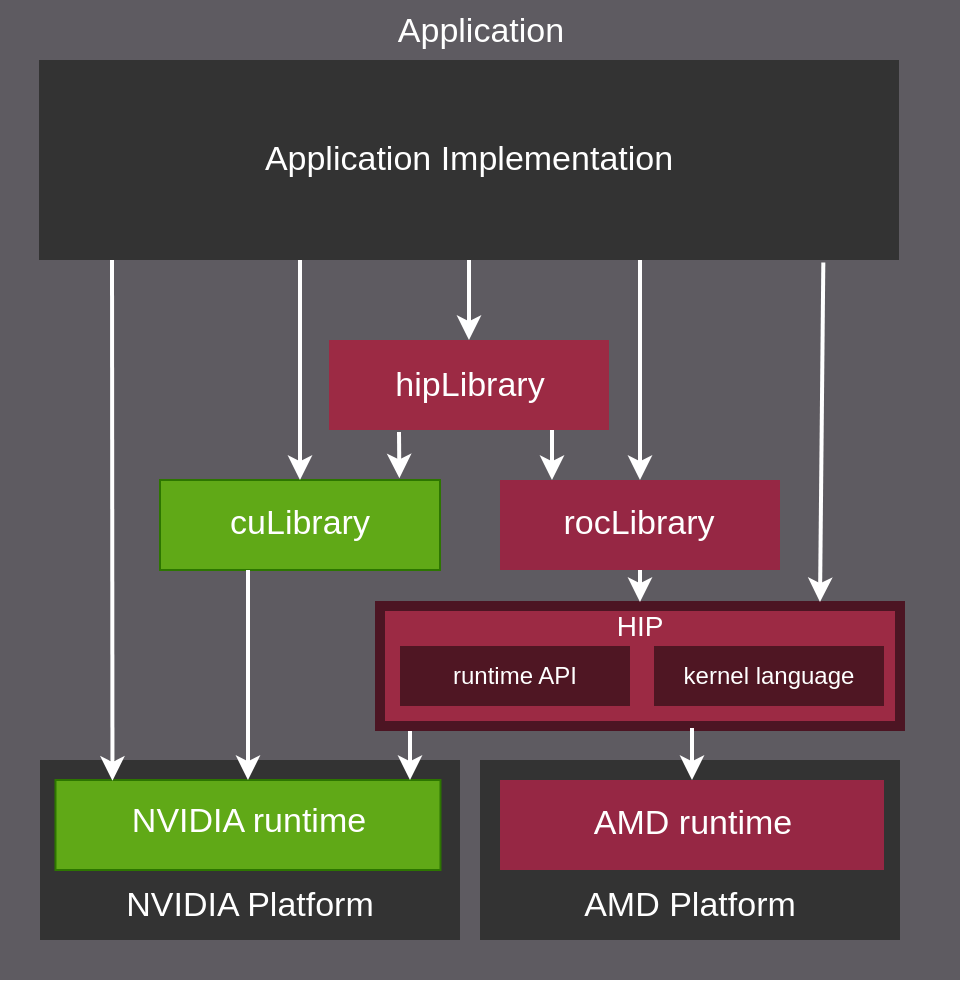
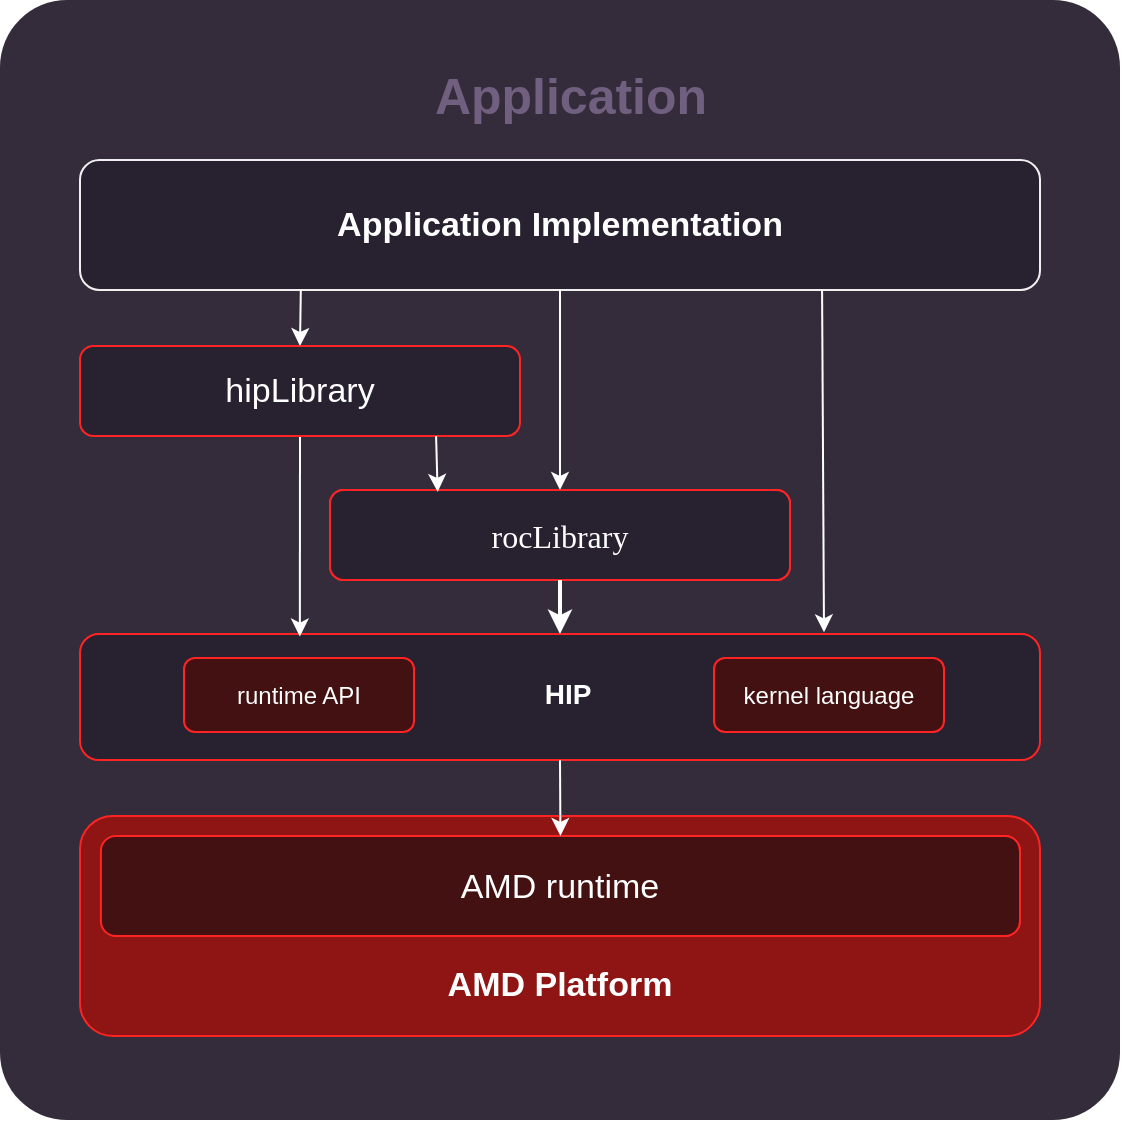
<mxfile host="65bd71144e">
    <diagram id="zBbb_w2fufU70cdOGtND" name="1 oldal">
-         <mxGraphModel dx="1547" dy="1302" grid="1" gridSize="10" guides="1" tooltips="1" connect="1" arrows="1" fold="1" page="0" pageScale="1" pageWidth="660" pageHeight="610" background="none" math="0" shadow="0">
+         <mxGraphModel dx="1726" dy="1539" grid="1" gridSize="10" guides="1" tooltips="1" connect="1" arrows="1" fold="1" page="0" pageScale="1" pageWidth="660" pageHeight="610" background="none" math="0" shadow="0">
            <root>
                <mxCell id="0"/>
                <mxCell id="1" parent="0"/>
-                 <mxCell id="6033" value="" style="rounded=0;whiteSpace=wrap;html=1;fillColor=#5E5B61;fontColor=#FFFFFF;strokeColor=none;spacing=0;" parent="1" vertex="1">
-                     <mxGeometry x="110" y="-320" width="480" height="490" as="geometry"/>
+                 <mxCell id="6033" value="" style="rounded=1;whiteSpace=wrap;html=1;fillColor=#342C3B;fontColor=#FFFFFF;strokeColor=none;spacing=0;arcSize=6;" parent="1" vertex="1">
+                     <mxGeometry x="160" y="-340" width="560" height="560" as="geometry"/>
                </mxCell>
-                 <mxCell id="5981" value="" style="group" parent="1" vertex="1" connectable="0">
-                     <mxGeometry x="130" y="60" width="210" height="90" as="geometry"/>
+                 <mxCell id="5988" value="" style="whiteSpace=wrap;html=1;fontSize=16;fontFamily=Verdana;rounded=1;strokeColor=#ff2424;fillStyle=solid;fontColor=#F0F0F0;fillColor=#272130;" parent="1" vertex="1">
+                     <mxGeometry x="200" y="-23" width="480" height="63" as="geometry"/>
                </mxCell>
-                 <mxCell id="5982" value="" style="rounded=0;whiteSpace=wrap;html=1;fillColor=#333333;fontColor=#FFFFFF;strokeColor=none;" parent="5981" vertex="1">
-                     <mxGeometry width="210" height="90" as="geometry"/>
+                 <mxCell id="5989" value="&lt;font face=&quot;Helvetica&quot; style=&quot;font-size: 14px; color: rgb(255, 255, 255);&quot;&gt;HIP&lt;/font&gt;" style="text;html=1;strokeColor=none;fillColor=none;align=center;verticalAlign=middle;whiteSpace=wrap;rounded=0;fontSize=17;fontColor=#FFFFFF;strokeWidth=2;fontStyle=1" parent="1" vertex="1">
+                     <mxGeometry x="284" y="-3" width="320" height="20" as="geometry"/>
                </mxCell>
-                 <mxCell id="5983" value="" style="group" parent="5981" vertex="1" connectable="0">
-                     <mxGeometry x="7.7419872652362365" y="8" width="192.50000000000003" height="45" as="geometry"/>
+                 <mxCell id="5990" value="" style="whiteSpace=wrap;html=1;fontSize=16;fontFamily=Verdana;rounded=1;verticalAlign=top;strokeColor=#ff2424;fillColor=#8F1414;fontColor=#F0F0F0;" parent="1" vertex="1">
+                     <mxGeometry x="200" y="68" width="480" height="110" as="geometry"/>
                </mxCell>
-                 <mxCell id="5984" value="" style="rounded=0;whiteSpace=wrap;html=1;fillColor=#60a917;fontColor=#ffffff;strokeColor=#2D7600;" parent="5983" vertex="1">
-                     <mxGeometry y="2" width="192.50000000000003" height="45" as="geometry"/>
+                 <mxCell id="5991" value="" style="whiteSpace=wrap;html=1;fontSize=16;fontFamily=Verdana;rounded=1;strokeColor=#ff2424;fillStyle=solid;fontColor=#F0F0F0;fillColor=#431111;" parent="1" vertex="1" connectable="0">
+                     <mxGeometry x="220" y="78" width="450" height="50" as="geometry"/>
                </mxCell>
-                 <mxCell id="5985" value="&lt;div&gt;NVIDIA runtime&lt;/div&gt;" style="text;html=1;strokeColor=none;fillColor=none;align=center;verticalAlign=middle;whiteSpace=wrap;rounded=0;fontSize=17;fontColor=#FFFFFF;" parent="5983" vertex="1">
-                     <mxGeometry x="11.998194444444442" y="13.01" width="168.50166666666664" height="18.99" as="geometry"/>
+                 <mxCell id="5992" value="" style="whiteSpace=wrap;html=1;fontSize=16;fontFamily=Verdana;rounded=1;strokeColor=#ff2424;fillStyle=solid;fontColor=#F0F0F0;fillColor=#431111;" parent="5991" vertex="1">
+                     <mxGeometry x="-9.57" width="459.57" height="50" as="geometry"/>
                </mxCell>
-                 <mxCell id="5986" value="&lt;font style=&quot;&quot;&gt;NVIDIA Platform&lt;/font&gt;" style="text;html=1;strokeColor=none;fillColor=none;align=center;verticalAlign=middle;whiteSpace=wrap;rounded=0;fontSize=17;fontColor=#FFFFFF;" parent="5981" vertex="1">
-                     <mxGeometry x="40" y="63" width="130" height="20" as="geometry"/>
+                 <mxCell id="5993" value="&lt;div&gt;&lt;font style=&quot;color: rgb(255, 255, 255);&quot;&gt;AMD runtime&lt;/font&gt;&lt;/div&gt;" style="text;html=1;strokeColor=none;fillColor=none;align=center;verticalAlign=middle;whiteSpace=wrap;rounded=0;fontSize=17;fontColor=#ffffff;" parent="5991" vertex="1">
+                     <mxGeometry x="76.12249594696678" y="11.7042" width="288.1851063829787" height="27.997199999999992" as="geometry"/>
                </mxCell>
-                 <mxCell id="5987" value="" style="endArrow=classic;startArrow=none;html=1;rounded=0;strokeWidth=2;startFill=0;strokeColor=#FFFFFF;" parent="1" edge="1">
+                 <mxCell id="5994" value="" style="endArrow=classic;startArrow=none;html=1;rounded=0;strokeWidth=1;startFill=0;strokeColor=#FFFFFF;entryX=0.5;entryY=0;entryDx=0;entryDy=0;exitX=0.5;exitY=1;exitDx=0;exitDy=0;" parent="1" source="5988" target="5992" edge="1">
                    <mxGeometry width="50" height="50" relative="1" as="geometry">
-                         <mxPoint x="315" y="45" as="sourcePoint"/>
-                         <mxPoint x="315" y="70" as="targetPoint"/>
+                         <mxPoint x="456" y="38" as="sourcePoint"/>
+                         <mxPoint x="470" y="64" as="targetPoint"/>
                    </mxGeometry>
                </mxCell>
-                 <mxCell id="5988" value="" style="rounded=0;whiteSpace=wrap;html=1;fillColor=#9C2A44;fontColor=#FFFFFF;strokeColor=#4c1523;strokeWidth=5;" parent="1" vertex="1">
-                     <mxGeometry x="300" y="-17" width="260" height="60" as="geometry"/>
+                 <mxCell id="5995" value="&lt;font face=&quot;Helvetica&quot;&gt;&lt;font style=&quot;color: rgb(255, 255, 255);&quot;&gt;AMD Platform&lt;/font&gt;&lt;br&gt;&lt;/font&gt;" style="text;html=1;strokeColor=none;fillColor=none;align=center;verticalAlign=middle;whiteSpace=wrap;rounded=0;fontSize=17;fontColor=#FFFFFF;fontStyle=1" parent="1" vertex="1">
+                     <mxGeometry x="290" y="143" width="300" height="20" as="geometry"/>
                </mxCell>
-                 <mxCell id="5989" value="&lt;font style=&quot;font-size: 14px;&quot; face=&quot;Helvetica&quot;&gt;HIP&lt;/font&gt;" style="text;html=1;strokeColor=none;fillColor=none;align=center;verticalAlign=middle;whiteSpace=wrap;rounded=0;fontSize=17;fontColor=#FFFFFF;strokeWidth=2;" parent="1" vertex="1">
-                     <mxGeometry x="300" y="-17" width="260" height="20" as="geometry"/>
-                 </mxCell>
-                 <mxCell id="5990" value="" style="rounded=0;whiteSpace=wrap;html=1;fillColor=#333333;fontColor=#FFFFFF;strokeColor=none;" parent="1" vertex="1">
-                     <mxGeometry x="350" y="60" width="210" height="90" as="geometry"/>
-                 </mxCell>
-                 <mxCell id="5991" value="" style="group;fillColor=#A50040;fontColor=#ffffff;strokeColor=none;" parent="1" vertex="1" connectable="0">
-                     <mxGeometry x="360" y="70" width="192" height="45" as="geometry"/>
-                 </mxCell>
-                 <mxCell id="5992" value="" style="rounded=0;whiteSpace=wrap;html=1;fillColor=#962744;fontColor=#FFFFFF;strokeColor=none;" parent="5991" vertex="1">
-                     <mxGeometry width="192.00000000000003" height="45" as="geometry"/>
-                 </mxCell>
-                 <mxCell id="5993" value="&lt;div&gt;AMD runtime&lt;/div&gt;" style="text;html=1;strokeColor=none;fillColor=none;align=center;verticalAlign=middle;whiteSpace=wrap;rounded=0;fontSize=17;fontColor=#ffffff;" parent="5991" vertex="1">
-                     <mxGeometry x="8.638736842105262" y="7.497" width="174.72" height="29.996999999999993" as="geometry"/>
-                 </mxCell>
-                 <mxCell id="5994" value="" style="endArrow=classic;startArrow=none;html=1;rounded=0;strokeWidth=2;startFill=0;strokeColor=#FFFFFF;entryX=0.5;entryY=0;entryDx=0;entryDy=0;" parent="1" target="5992" edge="1">
+                 <mxCell id="6003" value="" style="endArrow=classic;startArrow=none;html=1;rounded=0;strokeWidth=1;startFill=0;strokeColor=#FFFFFF;exitX=0.5;exitY=1;exitDx=0;exitDy=0;entryX=0.229;entryY=0.02;entryDx=0;entryDy=0;entryPerimeter=0;" parent="1" source="6005" target="5988" edge="1">
                    <mxGeometry width="50" height="50" relative="1" as="geometry">
-                         <mxPoint x="456" y="44" as="sourcePoint"/>
-                         <mxPoint x="470" y="70" as="targetPoint"/>
+                         <mxPoint x="309.5" y="-110" as="sourcePoint"/>
+                         <mxPoint x="310" y="-26" as="targetPoint"/>
                    </mxGeometry>
                </mxCell>
-                 <mxCell id="5995" value="&lt;font face=&quot;Helvetica&quot;&gt;AMD Platform&lt;br&gt;&lt;/font&gt;" style="text;html=1;strokeColor=none;fillColor=none;align=center;verticalAlign=middle;whiteSpace=wrap;rounded=0;fontSize=17;fontColor=#FFFFFF;" parent="1" vertex="1">
-                     <mxGeometry x="365" y="123" width="180" height="20" as="geometry"/>
+                 <mxCell id="6004" value="" style="whiteSpace=wrap;html=1;fontSize=16;fontFamily=Verdana;rounded=1;strokeColor=#ff2424;fillStyle=solid;fontColor=#F0F0F0;fillColor=#272130;" parent="1" vertex="1">
+                     <mxGeometry x="200" y="-167" width="220" height="45" as="geometry"/>
                </mxCell>
-                 <mxCell id="6003" value="" style="endArrow=classic;startArrow=none;html=1;rounded=0;strokeWidth=2;startFill=0;strokeColor=#FFFFFF;exitX=0.25;exitY=1;exitDx=0;exitDy=0;entryX=0.855;entryY=-0.018;entryDx=0;entryDy=0;entryPerimeter=0;" parent="1" target="6000" edge="1">
+                 <mxCell id="6005" value="&lt;font style=&quot;color: rgb(255, 255, 255);&quot; face=&quot;Helvetica&quot;&gt;hipLibrary&lt;/font&gt;" style="text;html=1;strokeColor=none;fillColor=none;align=center;verticalAlign=middle;whiteSpace=wrap;rounded=0;fontSize=17;fontColor=#ffffff;dashed=1;strokeWidth=2;" parent="1" vertex="1">
+                     <mxGeometry x="240" y="-167" width="140" height="45" as="geometry"/>
+                 </mxCell>
+                 <mxCell id="6007" value="" style="group;dashed=1;strokeWidth=2;strokeColor=none;shadow=0;" parent="1" vertex="1" connectable="0">
+                     <mxGeometry x="325" y="-95" width="230" height="50" as="geometry"/>
+                 </mxCell>
+                 <mxCell id="6008" value="" style="whiteSpace=wrap;html=1;fontSize=16;fontFamily=Verdana;rounded=1;verticalAlign=top;strokeColor=#ff2424;fillColor=#8F1414;fontColor=#F0F0F0;" parent="6007" vertex="1">
+                     <mxGeometry width="230" height="45" as="geometry"/>
+                 </mxCell>
+                 <mxCell id="6009" value="&lt;div&gt;&lt;font style=&quot;color: rgb(255, 255, 255);&quot;&gt;rocLibrary&lt;/font&gt;&lt;/div&gt;" style="whiteSpace=wrap;html=1;fontSize=16;fontFamily=Verdana;rounded=1;strokeColor=#ff2424;fillStyle=solid;fontColor=#F0F0F0;fillColor=#272130;" parent="6007" vertex="1">
+                     <mxGeometry width="230" height="45" as="geometry"/>
+                 </mxCell>
+                 <mxCell id="6010" value="" style="endArrow=classic;startArrow=none;html=1;rounded=0;strokeWidth=1;startFill=0;strokeColor=#FFFFFF;exitX=0.986;exitY=1;exitDx=0;exitDy=0;entryX=0.234;entryY=0.021;entryDx=0;entryDy=0;entryPerimeter=0;exitPerimeter=0;" parent="1" source="6005" target="6009" edge="1">
                    <mxGeometry width="50" height="50" relative="1" as="geometry">
-                         <mxPoint x="309.5" y="-104" as="sourcePoint"/>
-                         <mxPoint x="309.55999999999995" y="-60.975106382978765" as="targetPoint"/>
+                         <mxPoint x="386" y="-111" as="sourcePoint"/>
+                         <mxPoint x="370" y="-86" as="targetPoint"/>
                    </mxGeometry>
                </mxCell>
-                 <mxCell id="6004" value="" style="rounded=0;whiteSpace=wrap;html=1;fillColor=#9C2A44;fontColor=#FFFFFF;strokeColor=none;" parent="1" vertex="1">
-                     <mxGeometry x="274.5" y="-150" width="140" height="45" as="geometry"/>
-                 </mxCell>
-                 <mxCell id="6005" value="&lt;font face=&quot;Helvetica&quot;&gt;hipLibrary&lt;/font&gt;" style="text;html=1;strokeColor=none;fillColor=none;align=center;verticalAlign=middle;whiteSpace=wrap;rounded=0;fontSize=17;fontColor=#ffffff;dashed=1;strokeWidth=2;" parent="1" vertex="1">
-                     <mxGeometry x="274.5" y="-150" width="140" height="45" as="geometry"/>
-                 </mxCell>
-                 <mxCell id="6007" value="" style="group;dashed=1;strokeWidth=2;strokeColor=none;" parent="1" vertex="1" connectable="0">
-                     <mxGeometry x="360" y="-80" width="140" height="45" as="geometry"/>
-                 </mxCell>
-                 <mxCell id="6008" value="" style="rounded=0;whiteSpace=wrap;html=1;fillColor=#962744;fontColor=#FFFFFF;strokeColor=none;dashed=1;strokeWidth=2;" parent="6007" vertex="1">
-                     <mxGeometry width="140.00000000000003" height="45" as="geometry"/>
-                 </mxCell>
-                 <mxCell id="6009" value="&lt;div&gt;rocLibrary&lt;/div&gt;" style="text;html=1;strokeColor=none;fillColor=none;align=center;verticalAlign=middle;whiteSpace=wrap;rounded=0;fontSize=17;fontColor=#FFFFFF;" parent="6007" vertex="1">
-                     <mxGeometry x="6.299078947368418" y="7.497" width="127.39999999999998" height="29.996999999999993" as="geometry"/>
-                 </mxCell>
-                 <mxCell id="6010" value="" style="endArrow=classic;startArrow=none;html=1;rounded=0;strokeWidth=2;startFill=0;strokeColor=#FFFFFF;" parent="1" edge="1">
-                     <mxGeometry width="50" height="50" relative="1" as="geometry">
-                         <mxPoint x="386" y="-105" as="sourcePoint"/>
-                         <mxPoint x="386" y="-80" as="targetPoint"/>
+                 <mxCell id="6014" style="edgeStyle=none;html=1;exitX=0.5;exitY=1;exitDx=0;exitDy=0;strokeWidth=2;strokeColor=#FFFFFF;entryX=0.5;entryY=0;entryDx=0;entryDy=0;" parent="1" source="6009" target="5988" edge="1">
+                     <mxGeometry relative="1" as="geometry">
+                         <mxPoint x="430" y="-25" as="targetPoint"/>
                    </mxGeometry>
                </mxCell>
-                 <mxCell id="5999" value="" style="group" parent="1" vertex="1" connectable="0">
-                     <mxGeometry x="190" y="-80" width="140" height="45" as="geometry"/>
+                 <mxCell id="6025" value="" style="group;strokeColor=none;dashed=1;strokeWidth=2;fontStyle=1" parent="1" vertex="1" connectable="0">
+                     <mxGeometry x="200" y="-260" width="480" height="65" as="geometry"/>
                </mxCell>
-                 <mxCell id="6000" value="" style="rounded=0;whiteSpace=wrap;html=1;fillColor=#60a917;fontColor=#ffffff;strokeColor=#2D7600;" parent="5999" vertex="1">
-                     <mxGeometry y="-0.005106382978723234" width="140" height="45" as="geometry"/>
+                 <mxCell id="6023" value="" style="rounded=1;whiteSpace=wrap;html=1;fontSize=16;fontFamily=Verdana;fillStyle=solid;fontColor=#F0F0F0;fillColor=#272130;strokeColor=#F0F0F0;" parent="6025" vertex="1">
+                     <mxGeometry width="480.00000000000006" height="65" as="geometry"/>
                </mxCell>
-                 <mxCell id="6001" value="&lt;div&gt;cuLibrary&lt;/div&gt;" style="text;html=1;strokeColor=none;fillColor=none;align=center;verticalAlign=middle;whiteSpace=wrap;rounded=0;fontSize=17;fontColor=#FFFFFF;" parent="5999" vertex="1">
-                     <mxGeometry x="10.019288676236041" y="13.404255319148938" width="119.9667368421052" height="18.18191489361702" as="geometry"/>
+                 <mxCell id="6024" value="&lt;div&gt;&lt;font style=&quot;color: rgb(255, 255, 255);&quot;&gt;Application Implementation&lt;/font&gt;&lt;/div&gt;" style="text;html=1;strokeColor=none;fillColor=none;align=center;verticalAlign=middle;whiteSpace=wrap;rounded=0;fontSize=17;fontColor=#FFFFFF;fontStyle=1" parent="6025" vertex="1">
+                     <mxGeometry x="120" y="28.561" width="240" height="7.878" as="geometry"/>
                </mxCell>
-                 <mxCell id="6013" style="edgeStyle=none;html=1;strokeWidth=2;strokeColor=#FFFFFF;entryX=0.5;entryY=0;entryDx=0;entryDy=0;" parent="1" target="5984" edge="1">
+                 <mxCell id="6029" style="edgeStyle=none;html=1;entryX=0.5;entryY=0;entryDx=0;entryDy=0;strokeWidth=1;exitX=0.23;exitY=1.004;exitDx=0;exitDy=0;strokeColor=#FFFFFF;exitPerimeter=0;" parent="1" source="6023" target="6005" edge="1">
                    <mxGeometry relative="1" as="geometry">
-                         <mxPoint x="234" y="-35" as="sourcePoint"/>
-                         <mxPoint x="220" y="60" as="targetPoint"/>
+                         <mxPoint x="320" y="-196" as="sourcePoint"/>
                    </mxGeometry>
                </mxCell>
-                 <mxCell id="6014" style="edgeStyle=none;html=1;exitX=0.5;exitY=1;exitDx=0;exitDy=0;strokeWidth=2;strokeColor=#FFFFFF;" parent="1" source="6008" edge="1">
+                 <mxCell id="6030" style="edgeStyle=none;html=1;strokeWidth=1;strokeColor=#FFFFFF;entryX=0.5;entryY=0;entryDx=0;entryDy=0;exitX=0.5;exitY=1;exitDx=0;exitDy=0;" parent="1" source="6023" target="6009" edge="1">
                    <mxGeometry relative="1" as="geometry">
-                         <mxPoint x="430" y="-19" as="targetPoint"/>
+                         <mxPoint x="452" y="-86" as="targetPoint"/>
+                         <mxPoint x="455" y="-196" as="sourcePoint"/>
                    </mxGeometry>
                </mxCell>
-                 <mxCell id="6025" value="" style="group;strokeColor=none;dashed=1;strokeWidth=2;" parent="1" vertex="1" connectable="0">
-                     <mxGeometry x="129.5" y="-290" width="430" height="100" as="geometry"/>
-                 </mxCell>
-                 <mxCell id="6023" value="" style="rounded=0;whiteSpace=wrap;html=1;fillColor=#333333;fontColor=#FFFFFF;strokeColor=none;spacing=0;" parent="6025" vertex="1">
-                     <mxGeometry width="430" height="100" as="geometry"/>
-                 </mxCell>
-                 <mxCell id="6024" value="&lt;div&gt;Application Implementation&lt;/div&gt;" style="text;html=1;strokeColor=none;fillColor=none;align=center;verticalAlign=middle;whiteSpace=wrap;rounded=0;fontSize=17;fontColor=#FFFFFF;" parent="6025" vertex="1">
-                     <mxGeometry x="97.50999999999999" y="43.93999999999998" width="234.99" height="12.120000000000001" as="geometry"/>
-                 </mxCell>
-                 <mxCell id="6026" style="edgeStyle=none;html=1;entryX=0.148;entryY=0.008;entryDx=0;entryDy=0;strokeWidth=2;entryPerimeter=0;strokeColor=#FFFFFF;" parent="1" target="5984" edge="1">
+                 <mxCell id="6031" style="edgeStyle=none;html=1;strokeWidth=1;strokeColor=#FFFFFF;entryX=0.775;entryY=-0.013;entryDx=0;entryDy=0;exitX=0.773;exitY=1.002;exitDx=0;exitDy=0;exitPerimeter=0;entryPerimeter=0;" parent="1" source="6023" target="5988" edge="1">
                    <mxGeometry relative="1" as="geometry">
-                         <mxPoint x="166" y="-190" as="sourcePoint"/>
-                         <mxPoint x="159.99598908448831" y="-94.12" as="targetPoint"/>
+                         <mxPoint x="520" y="-25" as="targetPoint"/>
+                         <mxPoint x="560" y="-190" as="sourcePoint"/>
                    </mxGeometry>
                </mxCell>
-                 <mxCell id="6027" style="edgeStyle=none;html=1;strokeWidth=2;entryX=0.5;entryY=0;entryDx=0;entryDy=0;strokeColor=#FFFFFF;" parent="1" edge="1">
-                     <mxGeometry relative="1" as="geometry">
-                         <mxPoint x="260" y="-190" as="sourcePoint"/>
-                         <mxPoint x="260" y="-80.00510638297874" as="targetPoint"/>
-                     </mxGeometry>
+                 <mxCell id="6034" value="&lt;div&gt;&lt;font style=&quot;color: rgb(112, 95, 127);&quot;&gt;Application&lt;/font&gt;&lt;/div&gt;" style="text;html=1;strokeColor=none;fillColor=none;align=center;verticalAlign=middle;whiteSpace=wrap;rounded=0;fontSize=25;fontColor=#FFFFFF;fontStyle=1" parent="1" vertex="1">
+                     <mxGeometry x="327.5" y="-299" width="234.99" height="12.120000000000001" as="geometry"/>
                </mxCell>
-                 <mxCell id="6029" style="edgeStyle=none;html=1;entryX=0.5;entryY=0;entryDx=0;entryDy=0;strokeWidth=2;exitX=0.5;exitY=1;exitDx=0;exitDy=0;strokeColor=#FFFFFF;" parent="1" source="6023" target="6005" edge="1">
-                     <mxGeometry relative="1" as="geometry">
-                         <mxPoint x="320" y="-190" as="sourcePoint"/>
-                     </mxGeometry>
+                 <mxCell id="6035" value="runtime API" style="rounded=1;whiteSpace=wrap;html=1;fillColor=#431111;fontColor=#FFFFFF;strokeColor=#FF2424;glass=0;" parent="1" vertex="1">
+                     <mxGeometry x="252" y="-11" width="115" height="37" as="geometry"/>
                </mxCell>
-                 <mxCell id="6030" style="edgeStyle=none;html=1;strokeWidth=2;strokeColor=#FFFFFF;entryX=0.5;entryY=0;entryDx=0;entryDy=0;" parent="1" target="6008" edge="1">
-                     <mxGeometry relative="1" as="geometry">
-                         <mxPoint x="452" y="-80" as="targetPoint"/>
-                         <mxPoint x="430" y="-190" as="sourcePoint"/>
-                     </mxGeometry>
-                 </mxCell>
-                 <mxCell id="6031" style="edgeStyle=none;html=1;exitX=0.912;exitY=1.013;exitDx=0;exitDy=0;strokeWidth=2;exitPerimeter=0;strokeColor=#FFFFFF;" parent="1" source="6023" edge="1">
-                     <mxGeometry relative="1" as="geometry">
-                         <mxPoint x="520" y="-19" as="targetPoint"/>
-                     </mxGeometry>
-                 </mxCell>
-                 <mxCell id="6034" value="&lt;div&gt;Application&lt;/div&gt;" style="text;html=1;strokeColor=none;fillColor=none;align=center;verticalAlign=middle;whiteSpace=wrap;rounded=0;fontSize=17;fontColor=#FFFFFF;" parent="1" vertex="1">
-                     <mxGeometry x="232.5" y="-310" width="234.99" height="12.120000000000001" as="geometry"/>
-                 </mxCell>
-                 <mxCell id="6035" value="runtime API" style="rounded=0;whiteSpace=wrap;html=1;fillColor=#4F1623;fontColor=#FFFFFF;strokeColor=none;" parent="1" vertex="1">
-                     <mxGeometry x="310" y="3" width="115" height="30" as="geometry"/>
-                 </mxCell>
-                 <mxCell id="6036" value="kernel language" style="rounded=0;whiteSpace=wrap;html=1;fillColor=#4F1623;fontColor=#FFFFFF;strokeColor=none;" parent="1" vertex="1">
-                     <mxGeometry x="437" y="3" width="115" height="30" as="geometry"/>
+                 <mxCell id="6036" value="kernel language" style="rounded=1;whiteSpace=wrap;html=1;fillColor=#431111;fontColor=#FFFFFF;strokeColor=#FF2424;" parent="1" vertex="1">
+                     <mxGeometry x="517" y="-11" width="115" height="37" as="geometry"/>
                </mxCell>
            </root>
        </mxGraphModel>
    </diagram>
</mxfile>